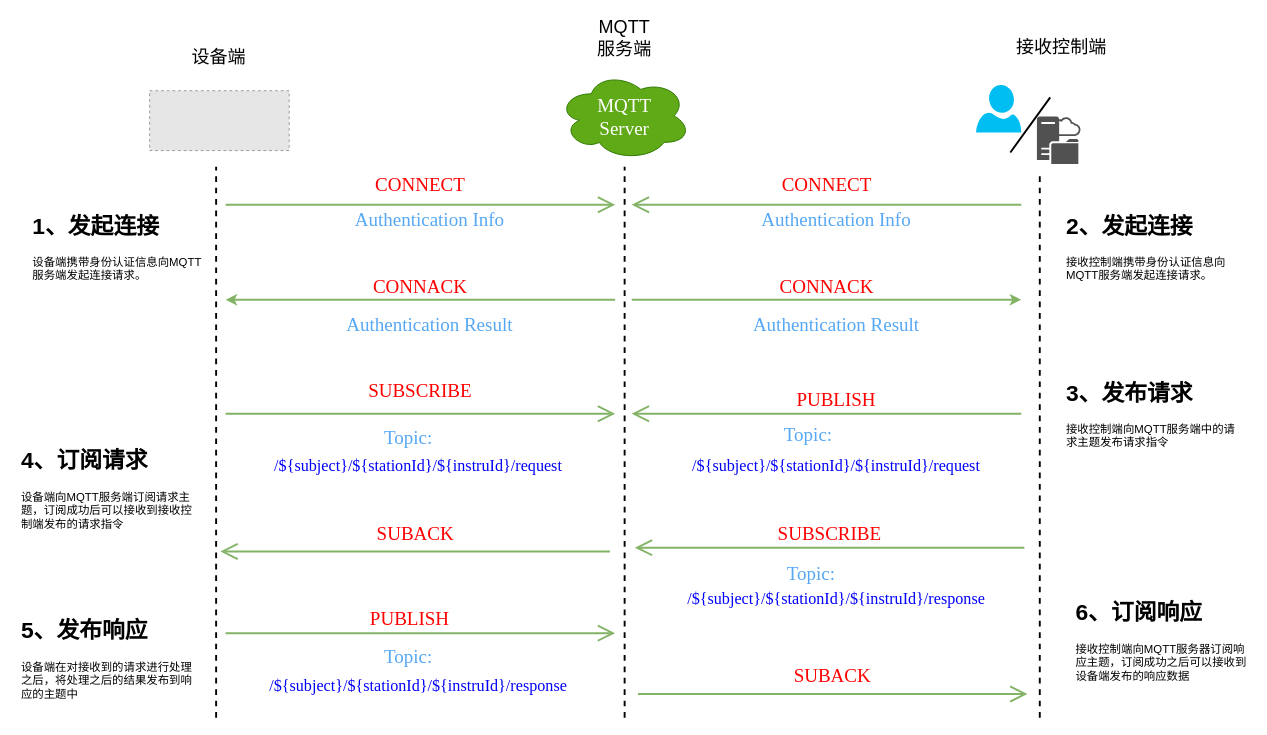
The draw.io diagram page "第 4 页" (4 of 5) of drawio/mqtt-auth.drawio in raingnight/Blog_Pic, before the edit. Source tidied: cells renumbered, new cells numbered last; positions are measured from the earlier drawing's top-left corner, leaving out a move shared by most shapes. Both pictures are drawn from the tidied source at 95%, with x=0, y=0 at pixel (16, 24). Pictures stored in the file or linked from it are replaced by grey dashed boxes.
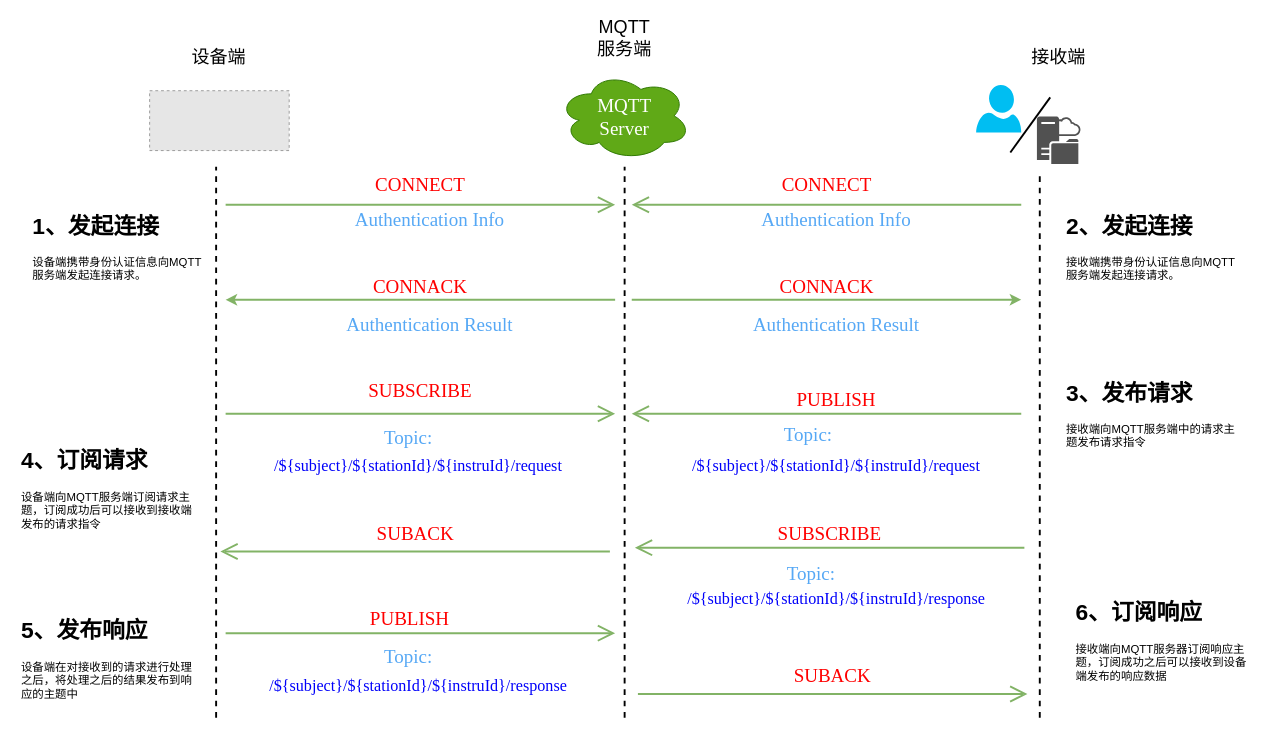
The same page after the edit.

Change to the diagram source:
```diff
@@
-    <mxCell id="22" value="接收控制端" style="text;html=1;strokeColor=none;fillColor=none;align=center;verticalAlign=middle;whiteSpace=wrap;rounded=0;fontSize=19;" parent="1" vertex="1">
-      <mxGeometry x="1050" y="10" width="100" height="30" as="geometry" />
+    <mxCell id="22" value="接收端" style="text;html=1;strokeColor=none;fillColor=none;align=center;verticalAlign=middle;whiteSpace=wrap;rounded=0;fontSize=19;" parent="1" vertex="1">
+      <mxGeometry x="1047" y="20" width="100" height="30" as="geometry" />
     </mxCell>
@@
-    <mxCell id="42" value="&lt;h1&gt;2、发起连接&lt;/h1&gt;&lt;p&gt;接收控制端携带身份认证信息向MQTT服务端发起连接请求。&lt;/p&gt;" style="text;html=1;strokeColor=none;fillColor=none;spacing=5;spacingTop=-20;whiteSpace=wrap;overflow=hidden;rounded=0;" parent="1" vertex="1">
+    <mxCell id="42" value="&lt;h1&gt;2、发起连接&lt;/h1&gt;&lt;p&gt;接收端携带身份认证信息向MQTT服务端发起连接请求。&lt;/p&gt;" style="text;html=1;strokeColor=none;fillColor=none;spacing=5;spacingTop=-20;whiteSpace=wrap;overflow=hidden;rounded=0;" parent="1" vertex="1">
       <mxGeometry x="1100" y="193" width="190" height="87" as="geometry" />
     </mxCell>
-    <mxCell id="43" value="&lt;h1&gt;4、订阅请求&lt;/h1&gt;&lt;p&gt;设备端向MQTT服务端订阅请求主题，订阅成功后可以接收到接收控制端发布的请求指令&lt;/p&gt;" style="text;html=1;strokeColor=none;fillColor=none;spacing=5;spacingTop=-20;whiteSpace=wrap;overflow=hidden;rounded=0;" parent="1" vertex="1">
+    <mxCell id="43" value="&lt;h1&gt;4、订阅请求&lt;/h1&gt;&lt;p&gt;设备端向MQTT服务端订阅请求主题，订阅成功后可以接收到接收端发布的请求指令&lt;/p&gt;" style="text;html=1;strokeColor=none;fillColor=none;spacing=5;spacingTop=-20;whiteSpace=wrap;overflow=hidden;rounded=0;" parent="1" vertex="1">
       <mxGeometry y="440" width="190" height="100" as="geometry" />
     </mxCell>
-    <mxCell id="44" value="&lt;h1&gt;3、发布请求&lt;/h1&gt;&lt;p&gt;接收控制端向MQTT服务端中的请求主题发布请求指令&lt;/p&gt;" style="text;html=1;strokeColor=none;fillColor=none;spacing=5;spacingTop=-20;whiteSpace=wrap;overflow=hidden;rounded=0;" parent="1" vertex="1">
+    <mxCell id="44" value="&lt;h1&gt;3、发布请求&lt;/h1&gt;&lt;p&gt;接收端向MQTT服务端中的请求主题发布请求指令&lt;/p&gt;" style="text;html=1;strokeColor=none;fillColor=none;spacing=5;spacingTop=-20;whiteSpace=wrap;overflow=hidden;rounded=0;" parent="1" vertex="1">
       <mxGeometry x="1100" y="369" width="190" height="87" as="geometry" />
     </mxCell>
@@
-    <mxCell id="46" value="&lt;h1&gt;6、订阅响应&lt;/h1&gt;&lt;p&gt;接收控制端向MQTT服务器订阅响应主题，订阅成功之后可以接收到设备端发布的响应数据&lt;/p&gt;" style="text;html=1;strokeColor=none;fillColor=none;spacing=5;spacingTop=-20;whiteSpace=wrap;overflow=hidden;rounded=0;" parent="1" vertex="1">
+    <mxCell id="46" value="&lt;h1&gt;6、订阅响应&lt;/h1&gt;&lt;p&gt;接收端向MQTT服务器订阅响应主题，订阅成功之后可以接收到设备端发布的响应数据&lt;/p&gt;" style="text;html=1;strokeColor=none;fillColor=none;spacing=5;spacingTop=-20;whiteSpace=wrap;overflow=hidden;rounded=0;" parent="1" vertex="1">
       <mxGeometry x="1110" y="600" width="190" height="110" as="geometry" />
     </mxCell>
```
